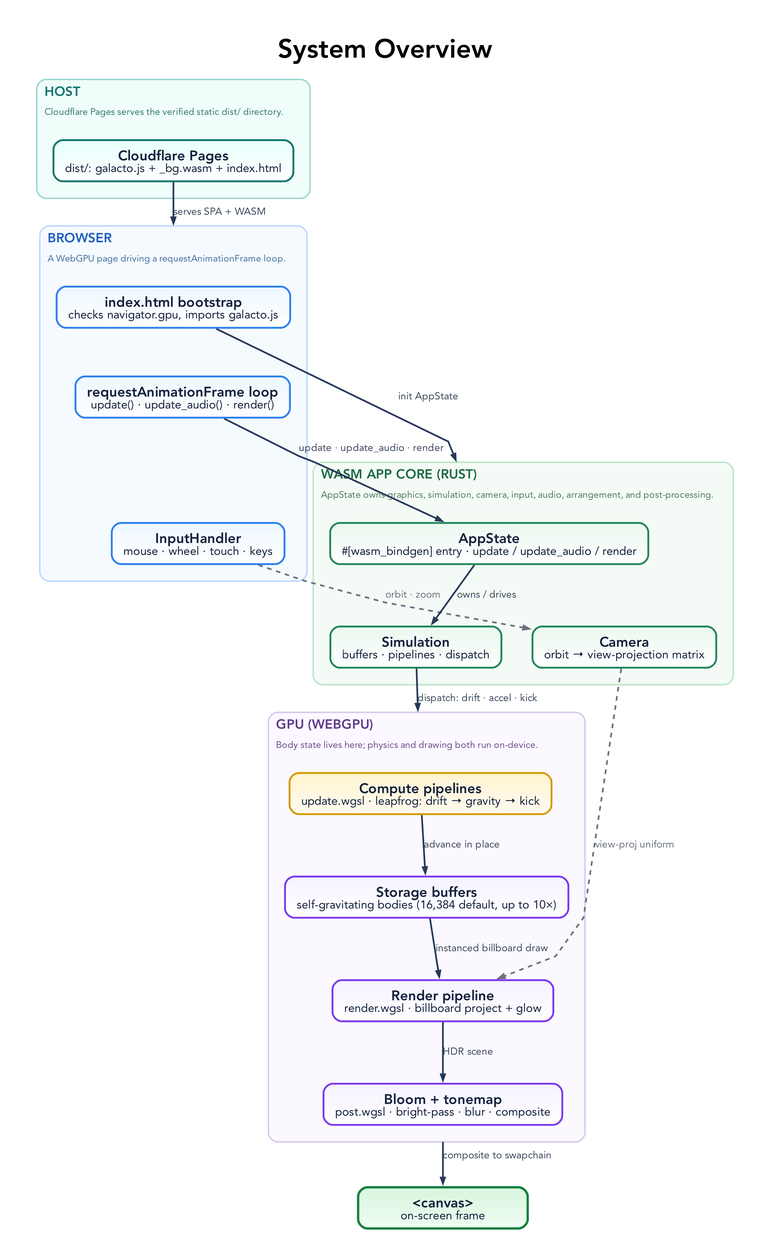
Earlier version of the Graphviz export docs/diagrams/system-overview.png (tre-systems/galacto). Its source is kept beside it as docs/diagrams/system-overview.dot.
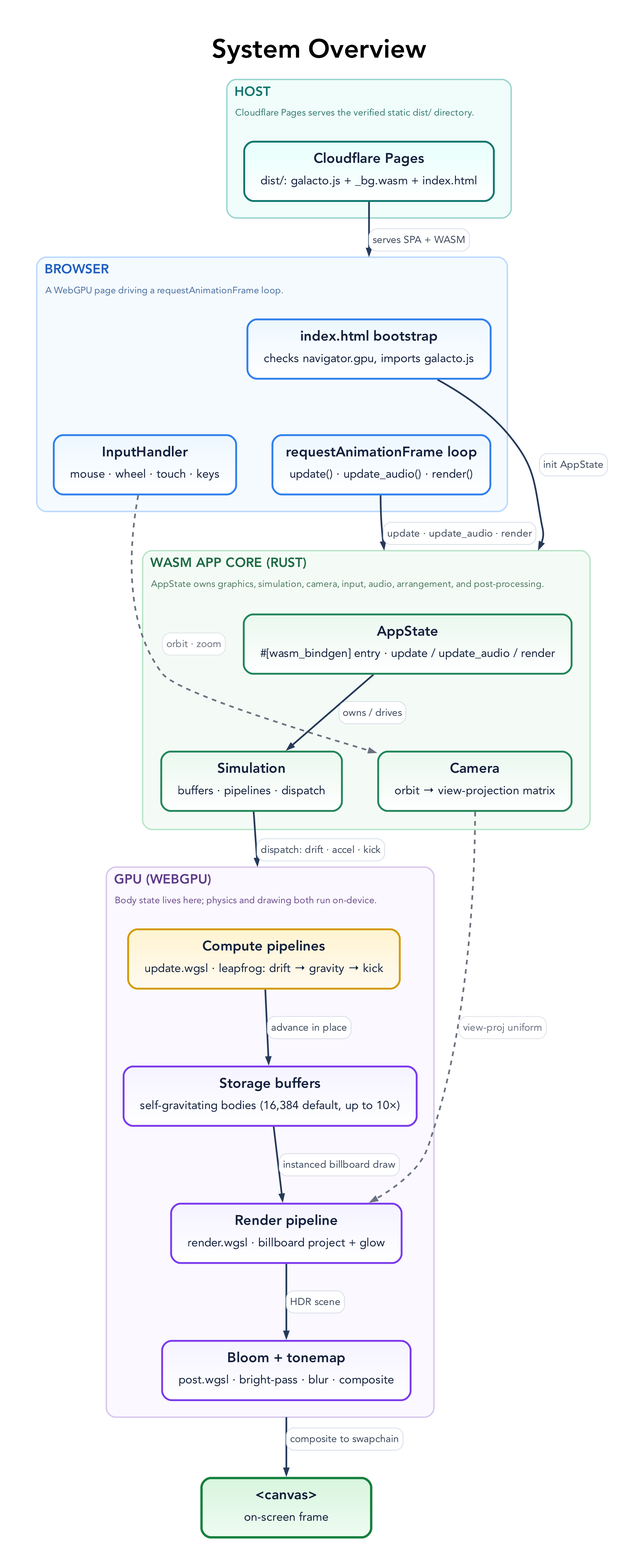
The same file after the commit.

Commit message:
Tidy the system-overview diagram

Node labels gain space between title and subtitle; edge labels become
padded rounded chips so captions never touch their lines; edges into the
WASM cluster terminate at the border instead of crossing the label text;
InputHandler sits beside the rAF loop for a compact browser cluster.

Diff of the diagram source:
```diff
@@ -3,9 +3,11 @@
     rankdir=TB,
     bgcolor="#ffffff",
     pad="0.55",
-    nodesep="0.55",
-    ranksep="0.85",
-    splines=polyline,
+    nodesep="0.65",
+    ranksep="1.0",
+    sep="+14",
+    esep="+8",
+    splines=spline,
     outputorder=edgesfirst,
     compound=true,
     newrank=true,
@@ -23,9 +25,9 @@
   node [
     shape=box,
     style="rounded,filled",
-    margin="0.21,0.13",
+    margin="0.24,0.16",
     width=3.05,
-    height=0.74,
+    height=0.8,
     fixedsize=false,
     fontname="Avenir",
     fontsize=18,
@@ -50,13 +52,18 @@
       label=<
         <TABLE BORDER="0" CELLBORDER="0" CELLSPACING="0" CELLPADDING="2">
           <TR><TD ALIGN="LEFT"><FONT POINT-SIZE="17" COLOR="#0f766e"><B>HOST</B></FONT></TD></TR>
-          <TR><TD ALIGN="LEFT"><FONT POINT-SIZE="12" COLOR="#357a74">Cloudflare Pages serves the verified static dist/ directory.</FONT></TD></TR>
+          <TR><TD ALIGN="LEFT" CELLPADDING="3"><FONT POINT-SIZE="12" COLOR="#357a74">Cloudflare Pages serves the verified static dist/ directory.</FONT></TD></TR>
         </TABLE>
       >,
       labelloc=t, labeljust=l,
       color="#99d5cf", fillcolor="#f0fdfa", style="rounded,filled", penwidth=1.8, margin=22
     ];
-    H1 [label=<<B>Cloudflare Pages</B><BR/><FONT POINT-SIZE="15">dist/: galacto.js + _bg.wasm + index.html</FONT>>, fillcolor="#e6fffb:#ffffff", color="#0f766e"];
+    H1 [label=<
+      <TABLE BORDER="0" CELLBORDER="0" CELLSPACING="0" CELLPADDING="0">
+        <TR><TD><B>Cloudflare Pages</B></TD></TR>
+        <TR><TD CELLPADDING="4"><FONT POINT-SIZE="15">dist/: galacto.js + _bg.wasm + index.html</FONT></TD></TR>
+      </TABLE>
+    >, fillcolor="#e6fffb:#ffffff", color="#0f766e"];
   }
 
   subgraph cluster_browser {
@@ -64,17 +71,32 @@
       label=<
         <TABLE BORDER="0" CELLBORDER="0" CELLSPACING="0" CELLPADDING="2">
           <TR><TD ALIGN="LEFT"><FONT POINT-SIZE="17" COLOR="#1f5fbf"><B>BROWSER</B></FONT></TD></TR>
-          <TR><TD ALIGN="LEFT"><FONT POINT-SIZE="12" COLOR="#496f9f">A WebGPU page driving a requestAnimationFrame loop.</FONT></TD></TR>
+          <TR><TD ALIGN="LEFT" CELLPADDING="3"><FONT POINT-SIZE="12" COLOR="#496f9f">A WebGPU page driving a requestAnimationFrame loop.</FONT></TD></TR>
         </TABLE>
       >,
       labelloc=t, labeljust=l,
       color="#b9d8ff", fillcolor="#f5faff", style="rounded,filled", penwidth=1.8, margin=22
     ];
-    B1 [label=<<B>index.html bootstrap</B><BR/><FONT POINT-SIZE="15">checks navigator.gpu, imports galacto.js</FONT>>, fillcolor="#edf7ff:#ffffff", color="#2f80ed"];
-    B2 [label=<<B>requestAnimationFrame loop</B><BR/><FONT POINT-SIZE="15">update() · update_audio() · render()</FONT>>, fillcolor="#edf7ff:#ffffff", color="#2f80ed"];
-    B3 [label=<<B>InputHandler</B><BR/><FONT POINT-SIZE="15">mouse · wheel · touch · keys</FONT>>, fillcolor="#edf7ff:#ffffff", color="#2f80ed"];
+    B1 [label=<
+      <TABLE BORDER="0" CELLBORDER="0" CELLSPACING="0" CELLPADDING="0">
+        <TR><TD><B>index.html bootstrap</B></TD></TR>
+        <TR><TD CELLPADDING="4"><FONT POINT-SIZE="15">checks navigator.gpu, imports galacto.js</FONT></TD></TR>
+      </TABLE>
+    >, fillcolor="#edf7ff:#ffffff", color="#2f80ed"];
+    B2 [label=<
+      <TABLE BORDER="0" CELLBORDER="0" CELLSPACING="0" CELLPADDING="0">
+        <TR><TD><B>requestAnimationFrame loop</B></TD></TR>
+        <TR><TD CELLPADDING="4"><FONT POINT-SIZE="15">update() · update_audio() · render()</FONT></TD></TR>
+      </TABLE>
+    >, fillcolor="#edf7ff:#ffffff", color="#2f80ed"];
+    B3 [label=<
+      <TABLE BORDER="0" CELLBORDER="0" CELLSPACING="0" CELLPADDING="0">
+        <TR><TD><B>InputHandler</B></TD></TR>
+        <TR><TD CELLPADDING="4"><FONT POINT-SIZE="15">mouse · wheel · touch · keys</FONT></TD></TR>
+      </TABLE>
+    >, fillcolor="#edf7ff:#ffffff", color="#2f80ed"];
     B1 -> B2 [style=invis];
-    B2 -> B3 [style=invis];
+    { rank=same; B2; B3; }
   }
 
   subgraph cluster_core {
@@ -82,15 +104,30 @@
       label=<
         <TABLE BORDER="0" CELLBORDER="0" CELLSPACING="0" CELLPADDING="2">
           <TR><TD ALIGN="LEFT"><FONT POINT-SIZE="17" COLOR="#1e6b43"><B>WASM APP CORE (RUST)</B></FONT></TD></TR>
-          <TR><TD ALIGN="LEFT"><FONT POINT-SIZE="12" COLOR="#4e7a61">AppState owns graphics, simulation, camera, input, audio, arrangement, and post-processing.</FONT></TD></TR>
+          <TR><TD ALIGN="LEFT" CELLPADDING="3"><FONT POINT-SIZE="12" COLOR="#4e7a61">AppState owns graphics, simulation, camera, input, audio, arrangement, and post-processing.</FONT></TD></TR>
         </TABLE>
       >,
       labelloc=t, labeljust=l,
-      color="#b8e5c8", fillcolor="#f4fbf6", style="rounded,filled", penwidth=1.8, margin=22
+      color="#b8e5c8", fillcolor="#f4fbf6", style="rounded,filled", penwidth=1.8, margin="24,34"
     ];
-    C1 [label=<<B>AppState</B><BR/><FONT POINT-SIZE="15">#[wasm_bindgen] entry · update / update_audio / render</FONT>>, fillcolor="#eaf8ef:#ffffff", color="#22865a"];
-    C2 [label=<<B>Camera</B><BR/><FONT POINT-SIZE="15">orbit → view-projection matrix</FONT>>, fillcolor="#eaf8ef:#ffffff", color="#22865a"];
-    C3 [label=<<B>Simulation</B><BR/><FONT POINT-SIZE="15">buffers · pipelines · dispatch</FONT>>, fillcolor="#eaf8ef:#ffffff", color="#22865a"];
+    C1 [label=<
+      <TABLE BORDER="0" CELLBORDER="0" CELLSPACING="0" CELLPADDING="0">
+        <TR><TD><B>AppState</B></TD></TR>
+        <TR><TD CELLPADDING="4"><FONT POINT-SIZE="15">#[wasm_bindgen] entry · update / update_audio / render</FONT></TD></TR>
+      </TABLE>
+    >, fillcolor="#eaf8ef:#ffffff", color="#22865a"];
+    C2 [label=<
+      <TABLE BORDER="0" CELLBORDER="0" CELLSPACING="0" CELLPADDING="0">
+        <TR><TD><B>Camera</B></TD></TR>
+        <TR><TD CELLPADDING="4"><FONT POINT-SIZE="15">orbit → view-projection matrix</FONT></TD></TR>
+      </TABLE>
+    >, fillcolor="#eaf8ef:#ffffff", color="#22865a"];
+    C3 [label=<
+      <TABLE BORDER="0" CELLBORDER="0" CELLSPACING="0" CELLPADDING="0">
+        <TR><TD><B>Simulation</B></TD></TR>
+        <TR><TD CELLPADDING="4"><FONT POINT-SIZE="15">buffers · pipelines · dispatch</FONT></TD></TR>
+      </TABLE>
+    >, fillcolor="#eaf8ef:#ffffff", color="#22865a"];
     C1 -> C2 [style=invis];
   }
 
@@ -99,33 +136,102 @@
       label=<
         <TABLE BORDER="0" CELLBORDER="0" CELLSPACING="0" CELLPADDING="2">
           <TR><TD ALIGN="LEFT"><FONT POINT-SIZE="17" COLOR="#5f3b8a"><B>GPU (WEBGPU)</B></FONT></TD></TR>
-          <TR><TD ALIGN="LEFT"><FONT POINT-SIZE="12" COLOR="#6d4d8d">Body state lives here; physics and drawing both run on-device.</FONT></TD></TR>
+          <TR><TD ALIGN="LEFT" CELLPADDING="3"><FONT POINT-SIZE="12" COLOR="#6d4d8d">Body state lives here; physics and drawing both run on-device.</FONT></TD></TR>
         </TABLE>
       >,
       labelloc=t, labeljust=l,
       color="#d6c6ee", fillcolor="#fbf8ff", style="rounded,filled", penwidth=1.8, margin=22
     ];
-    G1 [label=<<B>Compute pipelines</B><BR/><FONT POINT-SIZE="15">update.wgsl · leapfrog: drift → gravity → kick</FONT>>, fillcolor="#fff4d1:#fffaf0", color="#d39a00"];
-    G2 [label=<<B>Storage buffers</B><BR/><FONT POINT-SIZE="15">self-gravitating bodies (16,384 default, up to 10×)</FONT>>, fillcolor="#f5f3ff:#ffffff", color="#7c3aed"];
-    G3 [label=<<B>Render pipeline</B><BR/><FONT POINT-SIZE="15">render.wgsl · billboard project + glow</FONT>>, fillcolor="#f5f3ff:#ffffff", color="#7c3aed"];
-    G4 [label=<<B>Bloom + tonemap</B><BR/><FONT POINT-SIZE="15">post.wgsl · bright-pass · blur · composite</FONT>>, fillcolor="#f5f3ff:#ffffff", color="#7c3aed"];
+    G1 [label=<
+      <TABLE BORDER="0" CELLBORDER="0" CELLSPACING="0" CELLPADDING="0">
+        <TR><TD><B>Compute pipelines</B></TD></TR>
+        <TR><TD CELLPADDING="4"><FONT POINT-SIZE="15">update.wgsl · leapfrog: drift → gravity → kick</FONT></TD></TR>
+      </TABLE>
+    >, fillcolor="#fff4d1:#fffaf0", color="#d39a00"];
+    G2 [label=<
+      <TABLE BORDER="0" CELLBORDER="0" CELLSPACING="0" CELLPADDING="0">
+        <TR><TD><B>Storage buffers</B></TD></TR>
+        <TR><TD CELLPADDING="4"><FONT POINT-SIZE="15">self-gravitating bodies (16,384 default, up to 10×)</FONT></TD></TR>
+      </TABLE>
+    >, fillcolor="#f5f3ff:#ffffff", color="#7c3aed"];
+    G3 [label=<
+      <TABLE BORDER="0" CELLBORDER="0" CELLSPACING="0" CELLPADDING="0">
+        <TR><TD><B>Render pipeline</B></TD></TR>
+        <TR><TD CELLPADDING="4"><FONT POINT-SIZE="15">render.wgsl · billboard project + glow</FONT></TD></TR>
+      </TABLE>
+    >, fillcolor="#f5f3ff:#ffffff", color="#7c3aed"];
+    G4 [label=<
+      <TABLE BORDER="0" CELLBORDER="0" CELLSPACING="0" CELLPADDING="0">
+        <TR><TD><B>Bloom + tonemap</B></TD></TR>
+        <TR><TD CELLPADDING="4"><FONT POINT-SIZE="15">post.wgsl · bright-pass · blur · composite</FONT></TD></TR>
+      </TABLE>
+    >, fillcolor="#f5f3ff:#ffffff", color="#7c3aed"];
   }
 
-  CANVAS [label=<<B>&lt;canvas&gt;</B><BR/><FONT POINT-SIZE="15">on-screen frame</FONT>>, fillcolor="#d8f5de:#effcf2", color="#15803d", penwidth=3.0];
+  CANVAS [label=<
+    <TABLE BORDER="0" CELLBORDER="0" CELLSPACING="0" CELLPADDING="0">
+      <TR><TD><B>&lt;canvas&gt;</B></TD></TR>
+      <TR><TD CELLPADDING="4"><FONT POINT-SIZE="15">on-screen frame</FONT></TD></TR>
+    </TABLE>
+  >, fillcolor="#d8f5de:#effcf2", color="#15803d", penwidth=3.0];
 
-  H1 -> B1 [lhead=cluster_browser, label="serves SPA + WASM"];
+  H1 -> B1 [lhead=cluster_browser, label=<
+    <TABLE BORDER="1" CELLBORDER="0" STYLE="ROUNDED" COLOR="#d7dee8" BGCOLOR="#ffffff" CELLSPACING="0" CELLPADDING="4">
+      <TR><TD><FONT POINT-SIZE="13" COLOR="#3d4a5c">serves SPA + WASM</FONT></TD></TR>
+    </TABLE>
+  >];
 
-  B1 -> C1 [lhead=cluster_core, label="init AppState"];
-  B2 -> C1 [label="update · update_audio · render"];
-  B3 -> C2 [label="orbit · zoom", color="#6b7280", fontcolor="#6b7280", style=dashed];
+  B1 -> C1 [lhead=cluster_core, label=<
+    <TABLE BORDER="1" CELLBORDER="0" STYLE="ROUNDED" COLOR="#d7dee8" BGCOLOR="#ffffff" CELLSPACING="0" CELLPADDING="4">
+      <TR><TD><FONT POINT-SIZE="13" COLOR="#3d4a5c">init AppState</FONT></TD></TR>
+    </TABLE>
+  >];
+  B2 -> C1 [lhead=cluster_core, label=<
+    <TABLE BORDER="1" CELLBORDER="0" STYLE="ROUNDED" COLOR="#d7dee8" BGCOLOR="#ffffff" CELLSPACING="0" CELLPADDING="4">
+      <TR><TD><FONT POINT-SIZE="13" COLOR="#3d4a5c">update · update_audio · render</FONT></TD></TR>
+    </TABLE>
+  >];
+  B3 -> C2 [color="#6b7280", style=dashed, label=<
+    <TABLE BORDER="1" CELLBORDER="0" STYLE="ROUNDED" COLOR="#dfe3e9" BGCOLOR="#ffffff" CELLSPACING="0" CELLPADDING="4">
+      <TR><TD><FONT POINT-SIZE="13" COLOR="#6b7280">orbit · zoom</FONT></TD></TR>
+    </TABLE>
+  >];
 
-  C1 -> C3 [label="owns / drives"];
-  C3 -> G1 [lhead=cluster_gpu, label="dispatch: drift · accel · kick"];
+  C1 -> C3 [label=<
+    <TABLE BORDER="1" CELLBORDER="0" STYLE="ROUNDED" COLOR="#d7dee8" BGCOLOR="#ffffff" CELLSPACING="0" CELLPADDING="4">
+      <TR><TD><FONT POINT-SIZE="13" COLOR="#3d4a5c">owns / drives</FONT></TD></TR>
+    </TABLE>
+  >];
+  C3 -> G1 [lhead=cluster_gpu, label=<
+    <TABLE BORDER="1" CELLBORDER="0" STYLE="ROUNDED" COLOR="#d7dee8" BGCOLOR="#ffffff" CELLSPACING="0" CELLPADDING="4">
+      <TR><TD><FONT POINT-SIZE="13" COLOR="#3d4a5c">dispatch: drift · accel · kick</FONT></TD></TR>
+    </TABLE>
+  >];
 
-  G1 -> G2 [label="advance in place"];
-  G2 -> G3 [label="instanced billboard draw"];
-  C2 -> G3 [label="view-proj uniform", color="#6b7280", fontcolor="#6b7280", style=dashed];
-  G3 -> G4 [label="HDR scene"];
+  G1 -> G2 [label=<
+    <TABLE BORDER="1" CELLBORDER="0" STYLE="ROUNDED" COLOR="#d7dee8" BGCOLOR="#ffffff" CELLSPACING="0" CELLPADDING="4">
+      <TR><TD><FONT POINT-SIZE="13" COLOR="#3d4a5c">advance in place</FONT></TD></TR>
+    </TABLE>
+  >];
+  G2 -> G3 [label=<
+    <TABLE BORDER="1" CELLBORDER="0" STYLE="ROUNDED" COLOR="#d7dee8" BGCOLOR="#ffffff" CELLSPACING="0" CELLPADDING="4">
+      <TR><TD><FONT POINT-SIZE="13" COLOR="#3d4a5c">instanced billboard draw</FONT></TD></TR>
+    </TABLE>
+  >];
+  C2 -> G3 [color="#6b7280", style=dashed, label=<
+    <TABLE BORDER="1" CELLBORDER="0" STYLE="ROUNDED" COLOR="#dfe3e9" BGCOLOR="#ffffff" CELLSPACING="0" CELLPADDING="4">
+      <TR><TD><FONT POINT-SIZE="13" COLOR="#6b7280">view-proj uniform</FONT></TD></TR>
+    </TABLE>
+  >];
+  G3 -> G4 [label=<
+    <TABLE BORDER="1" CELLBORDER="0" STYLE="ROUNDED" COLOR="#d7dee8" BGCOLOR="#ffffff" CELLSPACING="0" CELLPADDING="4">
+      <TR><TD><FONT POINT-SIZE="13" COLOR="#3d4a5c">HDR scene</FONT></TD></TR>
+    </TABLE>
+  >];
 
-  G4 -> CANVAS [ltail=cluster_gpu, label="composite to swapchain"];
+  G4 -> CANVAS [ltail=cluster_gpu, label=<
+    <TABLE BORDER="1" CELLBORDER="0" STYLE="ROUNDED" COLOR="#d7dee8" BGCOLOR="#ffffff" CELLSPACING="0" CELLPADDING="4">
+      <TR><TD><FONT POINT-SIZE="13" COLOR="#3d4a5c">composite to swapchain</FONT></TD></TR>
+    </TABLE>
+  >];
 }
```
